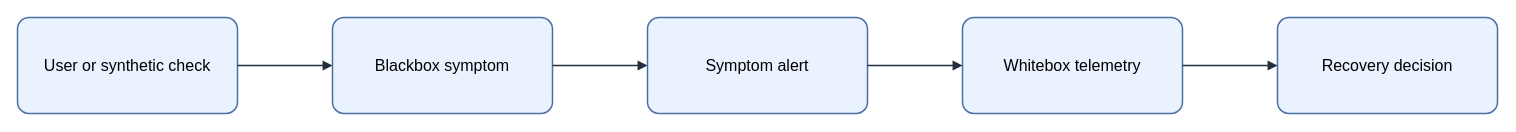
Above: assets/img/observability/blackbox-whitebox-flow.drawio in KKamJi98/kkamji98.github.io (draw.io), before the change. Source tidied: cells renumbered, new cells numbered last; positions are measured from the earlier drawing's top-left corner, leaving out a move shared by most shapes. Both pictures are drawn from the tidied source at 100%, with x=0, y=0 at pixel (17, 17).
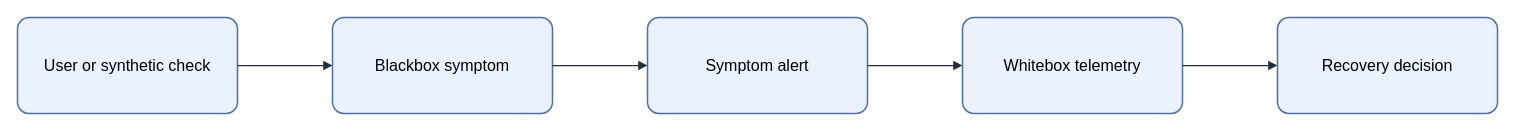
Above is the later version.

The edit, as a diff of the source:
```diff
@@
 <mxGraphModel background="#FFFFFF">
   <root>
     <mxCell id="0" />
     <mxCell id="1" parent="0" />
-    <mxCell id="2" value="&lt;font style=&quot;color: rgb(0, 0, 0);&quot;&gt;User or synthetic check&lt;/font&gt;" style="rounded=1;arcSize=12;whiteSpace=wrap;html=1;fillColor=#EAF2FF;strokeColor=#4A6FA5;strokeWidth=1.5;fontColor=#000000;fontSize=16;align=center;verticalAlign=middle;spacing=8;shadow=0;" parent="1" vertex="1">
+    <mxCell id="2" value="User or synthetic check" style="rounded=1;arcSize=12;whiteSpace=wrap;html=0;fillColor=#EAF2FF;strokeColor=#4A6FA5;strokeWidth=1.5;fontColor=#000000;fontSize=16;align=center;verticalAlign=middle;spacing=8;shadow=0;" parent="1" vertex="1">
       <mxGeometry width="220" height="96" as="geometry" />
     </mxCell>
-    <mxCell id="3" value="&lt;font style=&quot;color: rgb(0, 0, 0);&quot;&gt;Blackbox symptom&lt;/font&gt;" style="rounded=1;arcSize=12;whiteSpace=wrap;html=1;fillColor=#EAF2FF;strokeColor=#4A6FA5;strokeWidth=1.5;fontColor=#000000;fontSize=16;align=center;verticalAlign=middle;spacing=8;shadow=0;" parent="1" vertex="1">
+    <mxCell id="3" value="Blackbox symptom" style="rounded=1;arcSize=12;whiteSpace=wrap;html=0;fillColor=#EAF2FF;strokeColor=#4A6FA5;strokeWidth=1.5;fontColor=#000000;fontSize=16;align=center;verticalAlign=middle;spacing=8;shadow=0;" parent="1" vertex="1">
       <mxGeometry x="315" width="220" height="96" as="geometry" />
     </mxCell>
-    <mxCell id="4" value="&lt;font style=&quot;color: rgb(0, 0, 0);&quot;&gt;Symptom alert&lt;/font&gt;" style="rounded=1;arcSize=12;whiteSpace=wrap;html=1;fillColor=#EAF2FF;strokeColor=#4A6FA5;strokeWidth=1.5;fontColor=#000000;fontSize=16;align=center;verticalAlign=middle;spacing=8;shadow=0;" parent="1" vertex="1">
+    <mxCell id="4" value="Symptom alert" style="rounded=1;arcSize=12;whiteSpace=wrap;html=0;fillColor=#EAF2FF;strokeColor=#4A6FA5;strokeWidth=1.5;fontColor=#000000;fontSize=16;align=center;verticalAlign=middle;spacing=8;shadow=0;" parent="1" vertex="1">
       <mxGeometry x="630" width="220" height="96" as="geometry" />
     </mxCell>
-    <mxCell id="5" value="&lt;font style=&quot;color: rgb(0, 0, 0);&quot;&gt;Whitebox telemetry&lt;/font&gt;" style="rounded=1;arcSize=12;whiteSpace=wrap;html=1;fillColor=#EAF2FF;strokeColor=#4A6FA5;strokeWidth=1.5;fontColor=#000000;fontSize=16;align=center;verticalAlign=middle;spacing=8;shadow=0;" parent="1" vertex="1">
+    <mxCell id="5" value="Whitebox telemetry" style="rounded=1;arcSize=12;whiteSpace=wrap;html=0;fillColor=#EAF2FF;strokeColor=#4A6FA5;strokeWidth=1.5;fontColor=#000000;fontSize=16;align=center;verticalAlign=middle;spacing=8;shadow=0;" parent="1" vertex="1">
       <mxGeometry x="945" width="220" height="96" as="geometry" />
     </mxCell>
-    <mxCell id="6" value="&lt;font style=&quot;color: rgb(0, 0, 0);&quot;&gt;Recovery decision&lt;/font&gt;" style="rounded=1;arcSize=12;whiteSpace=wrap;html=1;fillColor=#EAF2FF;strokeColor=#4A6FA5;strokeWidth=1.5;fontColor=#000000;fontSize=16;align=center;verticalAlign=middle;spacing=8;shadow=0;" parent="1" vertex="1">
+    <mxCell id="6" value="Recovery decision" style="rounded=1;arcSize=12;whiteSpace=wrap;html=0;fillColor=#EAF2FF;strokeColor=#4A6FA5;strokeWidth=1.5;fontColor=#000000;fontSize=16;align=center;verticalAlign=middle;spacing=8;shadow=0;" parent="1" vertex="1">
       <mxGeometry x="1260" width="220" height="96" as="geometry" />
     </mxCell>
-    <mxCell id="7" style="edgeStyle=orthogonalEdgeStyle;rounded=0;jettySize=auto;html=1;endArrow=block;endFill=1;strokeColor=#232F3E;strokeWidth=1.5;fontColor=#000000;labelBackgroundColor=none;exitX=1;exitY=0.5;exitDx=0;exitDy=0;entryX=0;entryY=0.5;entryDx=0;entryDy=0;" parent="1" edge="1" source="2" target="3">
+    <mxCell id="7" style="edgeStyle=orthogonalEdgeStyle;rounded=0;jettySize=auto;html=0;endArrow=block;endFill=1;strokeColor=#232F3E;strokeWidth=1.25;fontColor=#000000;labelBackgroundColor=none;exitX=1;exitY=0.5;exitDx=0;exitDy=0;entryX=0;entryY=0.5;entryDx=0;entryDy=0;" parent="1" edge="1" source="2" target="3">
       <mxGeometry relative="1" as="geometry" />
     </mxCell>
-    <mxCell id="8" style="edgeStyle=orthogonalEdgeStyle;rounded=0;jettySize=auto;html=1;endArrow=block;endFill=1;strokeColor=#232F3E;strokeWidth=1.5;fontColor=#000000;labelBackgroundColor=none;exitX=1;exitY=0.5;exitDx=0;exitDy=0;entryX=0;entryY=0.5;entryDx=0;entryDy=0;" parent="1" edge="1" source="3" target="4">
+    <mxCell id="8" style="edgeStyle=orthogonalEdgeStyle;rounded=0;jettySize=auto;html=0;endArrow=block;endFill=1;strokeColor=#232F3E;strokeWidth=1.25;fontColor=#000000;labelBackgroundColor=none;exitX=1;exitY=0.5;exitDx=0;exitDy=0;entryX=0;entryY=0.5;entryDx=0;entryDy=0;" parent="1" edge="1" source="3" target="4">
       <mxGeometry relative="1" as="geometry" />
     </mxCell>
-    <mxCell id="9" style="edgeStyle=orthogonalEdgeStyle;rounded=0;jettySize=auto;html=1;endArrow=block;endFill=1;strokeColor=#232F3E;strokeWidth=1.5;fontColor=#000000;labelBackgroundColor=none;exitX=1;exitY=0.5;exitDx=0;exitDy=0;entryX=0;entryY=0.5;entryDx=0;entryDy=0;" parent="1" edge="1" source="4" target="5">
+    <mxCell id="9" style="edgeStyle=orthogonalEdgeStyle;rounded=0;jettySize=auto;html=0;endArrow=block;endFill=1;strokeColor=#232F3E;strokeWidth=1.25;fontColor=#000000;labelBackgroundColor=none;exitX=1;exitY=0.5;exitDx=0;exitDy=0;entryX=0;entryY=0.5;entryDx=0;entryDy=0;" parent="1" edge="1" source="4" target="5">
       <mxGeometry relative="1" as="geometry" />
     </mxCell>
-    <mxCell id="10" style="edgeStyle=orthogonalEdgeStyle;rounded=0;jettySize=auto;html=1;endArrow=block;endFill=1;strokeColor=#232F3E;strokeWidth=1.5;fontColor=#000000;labelBackgroundColor=none;exitX=1;exitY=0.5;exitDx=0;exitDy=0;entryX=0;entryY=0.5;entryDx=0;entryDy=0;" parent="1" edge="1" source="5" target="6">
+    <mxCell id="10" style="edgeStyle=orthogonalEdgeStyle;rounded=0;jettySize=auto;html=0;endArrow=block;endFill=1;strokeColor=#232F3E;strokeWidth=1.25;fontColor=#000000;labelBackgroundColor=none;exitX=1;exitY=0.5;exitDx=0;exitDy=0;entryX=0;entryY=0.5;entryDx=0;entryDy=0;" parent="1" edge="1" source="5" target="6">
       <mxGeometry relative="1" as="geometry" />
     </mxCell>
   </root>
 </mxGraphModel>
```
